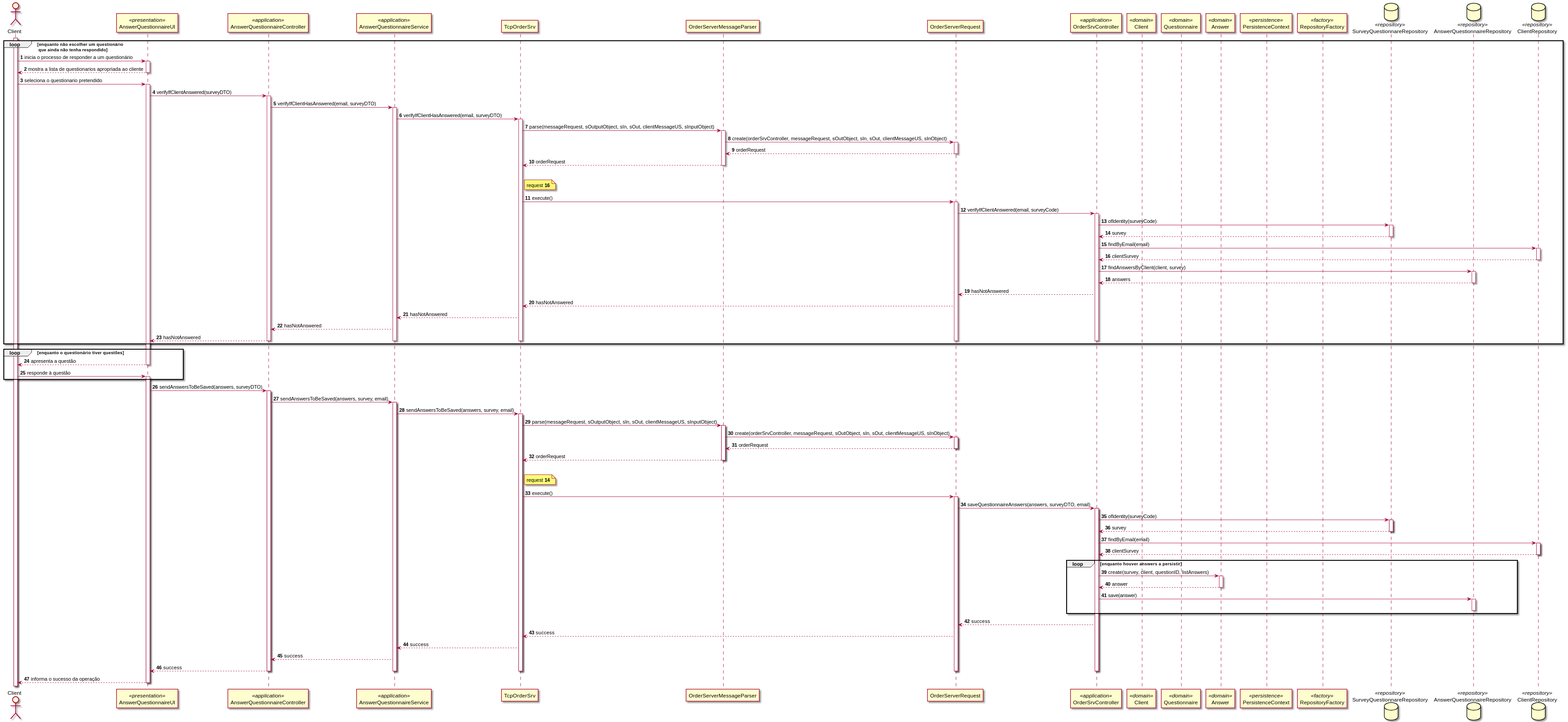
This is docs/1201518 1201284 1201516/US3501/SD_AnswerSurvey.svg from ana-albergaria/LAPR4-ISEP, a PlantUML export, as it was before one commit. Source of this version:
```plantuml
@startuml


autonumber
actor "Client" as C

participant AnswerQuestionnaireUI as UI <<presentation>>
participant AnswerQuestionnaireController as CONTROLLER <<application>>
participant AnswerQuestionnaireService as SERVICE <<application>>
participant TcpOrderSrv as ORDER_SERVER
participant OrderServerMessageParser as PARSER
participant OrderServerRequest as ORDER_REQUEST
participant OrderSrvController as ORDER_CONTROLLER <<application>>

participant "Client" as CLIENT <<domain>>
participant "Questionnaire" as QUESTIONNAIRE <<domain>>
participant "Answer" as ANSWER <<domain>>

participant PersistenceContext as PERSISTENCE <<persistence>>
participant RepositoryFactory as FACTORY <<factory>>
database SurveyQuestionnareRepository as SURVEY_REP <<repository>>
database AnswerQuestionnaireRepository as ANSWER_REP <<repository>>
database ClientRepository as CLIENT_REP <<repository>>

loop enquanto não escolher um questionário\n que ainda não tenha respondido
activate C
C -> UI : inicia o processo de responder a um questionário
activate UI
UI --> C : mostra a lista de questionarios apropriada ao cliente
deactivate UI

C -> UI : seleciona o questionario pretendido
activate UI
UI -> CONTROLLER : verifyIfClientAnswered(surveyDTO)
activate CONTROLLER
CONTROLLER -> SERVICE : verifyIfClientHasAnswered(email, surveyDTO)
activate SERVICE
SERVICE -> ORDER_SERVER : verifyIfClientHasAnswered(email, surveyDTO)
activate ORDER_SERVER

ORDER_SERVER -> PARSER : parse(messageRequest, sOutputObject, sIn, sOut, clientMessageUS, sInputObject)
activate PARSER
PARSER -> ORDER_REQUEST : create(orderSrvController, messageRequest, sOutObject, sIn, sOut, clientMessageUS, sInObject)
activate ORDER_REQUEST
ORDER_REQUEST --> PARSER : orderRequest
deactivate ORDER_REQUEST
PARSER --> ORDER_SERVER : orderRequest
deactivate PARSER
|||
note right of ORDER_SERVER
request **16**
end note
ORDER_SERVER -> ORDER_REQUEST : execute()
activate ORDER_REQUEST

ORDER_REQUEST -> ORDER_CONTROLLER : verifyIfClientAnswered(email, surveyCode)
activate ORDER_CONTROLLER
ORDER_CONTROLLER -> SURVEY_REP : ofIdentity(surveyCode)
activate SURVEY_REP
SURVEY_REP --> ORDER_CONTROLLER : survey
deactivate SURVEY_REP
ORDER_CONTROLLER -> CLIENT_REP : findByEmail(email)
activate CLIENT_REP
CLIENT_REP --> ORDER_CONTROLLER : clientSurvey
deactivate CLIENT_REP
ORDER_CONTROLLER -> ANSWER_REP : findAnswersByClient(client, survey)
activate ANSWER_REP
ANSWER_REP --> ORDER_CONTROLLER : answers
deactivate ANSWER_REP

ORDER_CONTROLLER --> ORDER_REQUEST : hasNotAnswered
ORDER_REQUEST --> ORDER_SERVER : hasNotAnswered
ORDER_SERVER --> SERVICE : hasNotAnswered
SERVICE --> CONTROLLER : hasNotAnswered
CONTROLLER --> UI : hasNotAnswered

deactivate ORDER_CONTROLLER
deactivate ORDER_REQUEST
deactivate PARSER
deactivate ORDER_SERVER
deactivate SERVICE
deactivate CONTROLLER
end

loop enquanto o questionário tiver questões
UI --> C : apresenta a questão
deactivate UI
C -> UI : responde à questão
activate UI
end

UI -> CONTROLLER : sendAnswersToBeSaved(answers, surveyDTO)
activate CONTROLLER
CONTROLLER -> SERVICE : sendAnswersToBeSaved(answers, survey, email)
activate SERVICE
SERVICE -> ORDER_SERVER : sendAnswersToBeSaved(answers, survey, email)
activate ORDER_SERVER

ORDER_SERVER -> PARSER : parse(messageRequest, sOutputObject, sIn, sOut, clientMessageUS, sInputObject)
activate PARSER
PARSER -> ORDER_REQUEST : create(orderSrvController, messageRequest, sOutObject, sIn, sOut, clientMessageUS, sInObject)
activate ORDER_REQUEST
ORDER_REQUEST --> PARSER : orderRequest
deactivate ORDER_REQUEST
PARSER --> ORDER_SERVER : orderRequest
deactivate PARSER
|||
note right of ORDER_SERVER
request **14**
end note
ORDER_SERVER -> ORDER_REQUEST : execute()
activate ORDER_REQUEST

ORDER_REQUEST -> ORDER_CONTROLLER : saveQuestionnaireAnswers(answers, surveyDTO, email)
activate ORDER_CONTROLLER
ORDER_CONTROLLER -> SURVEY_REP : ofIdentity(surveyCode)
activate SURVEY_REP
SURVEY_REP --> ORDER_CONTROLLER : survey
deactivate SURVEY_REP
ORDER_CONTROLLER -> CLIENT_REP : findByEmail(email)
activate CLIENT_REP
CLIENT_REP --> ORDER_CONTROLLER : clientSurvey
deactivate CLIENT_REP
loop enquanto houver answers a persistir
ORDER_CONTROLLER -> ANSWER : create(survey, client, questionID, listAnswers)
activate ANSWER
ANSWER --> ORDER_CONTROLLER : answer
deactivate ANSWER
ORDER_CONTROLLER -> ANSWER_REP : save(answer)
activate ANSWER_REP
deactivate ANSWER_REP


end

ORDER_CONTROLLER --> ORDER_REQUEST : success
ORDER_REQUEST --> ORDER_SERVER : success
ORDER_SERVER --> SERVICE : success
SERVICE --> CONTROLLER : success
CONTROLLER --> UI : success

deactivate ORDER_CONTROLLER
deactivate ORDER_REQUEST
deactivate PARSER
deactivate ORDER_SERVER
deactivate SERVICE
deactivate CONTROLLER



UI --> C : informa o sucesso da operação
deactivate UI



@enduml
```
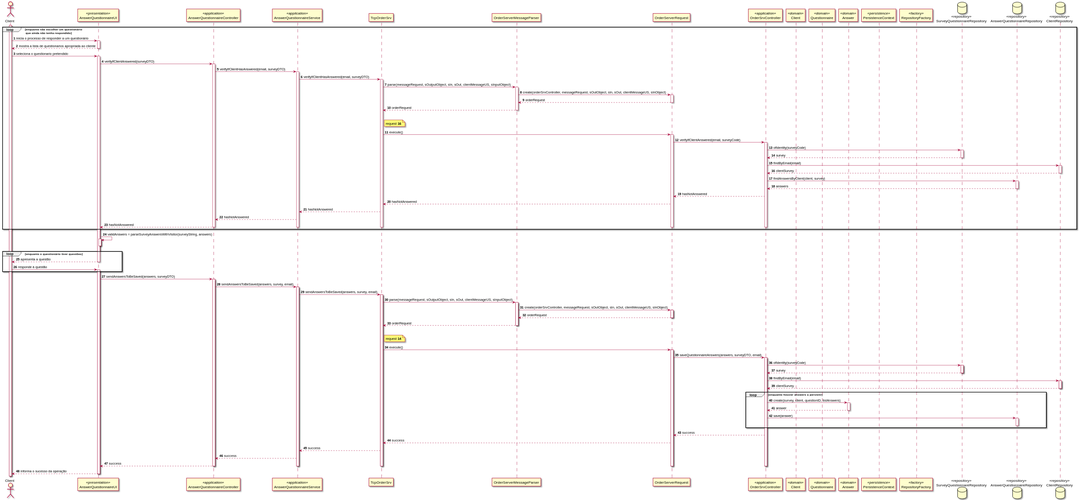
Later version of the same file.

The edit, as a diff of the source:
```diff
@@ -81,6 +81,9 @@
 deactivate SERVICE
 deactivate CONTROLLER
 end
+UI -> UI : validAnswers = parseSurveyAnswersWithVisitor(surveyString, answers)
+activate UI
+deactivate UI
 
 loop enquanto o questionário tiver questões
 UI --> C : apresenta a questão
@@ -88,6 +91,9 @@
 C -> UI : responde à questão
 activate UI
 end
+
+
+
 
 UI -> CONTROLLER : sendAnswersToBeSaved(answers, surveyDTO)
 activate CONTROLLER
@@ -139,6 +145,7 @@
 SERVICE --> CONTROLLER : success
 CONTROLLER --> UI : success
 
+
 deactivate ORDER_CONTROLLER
 deactivate ORDER_REQUEST
 deactivate PARSER
```
